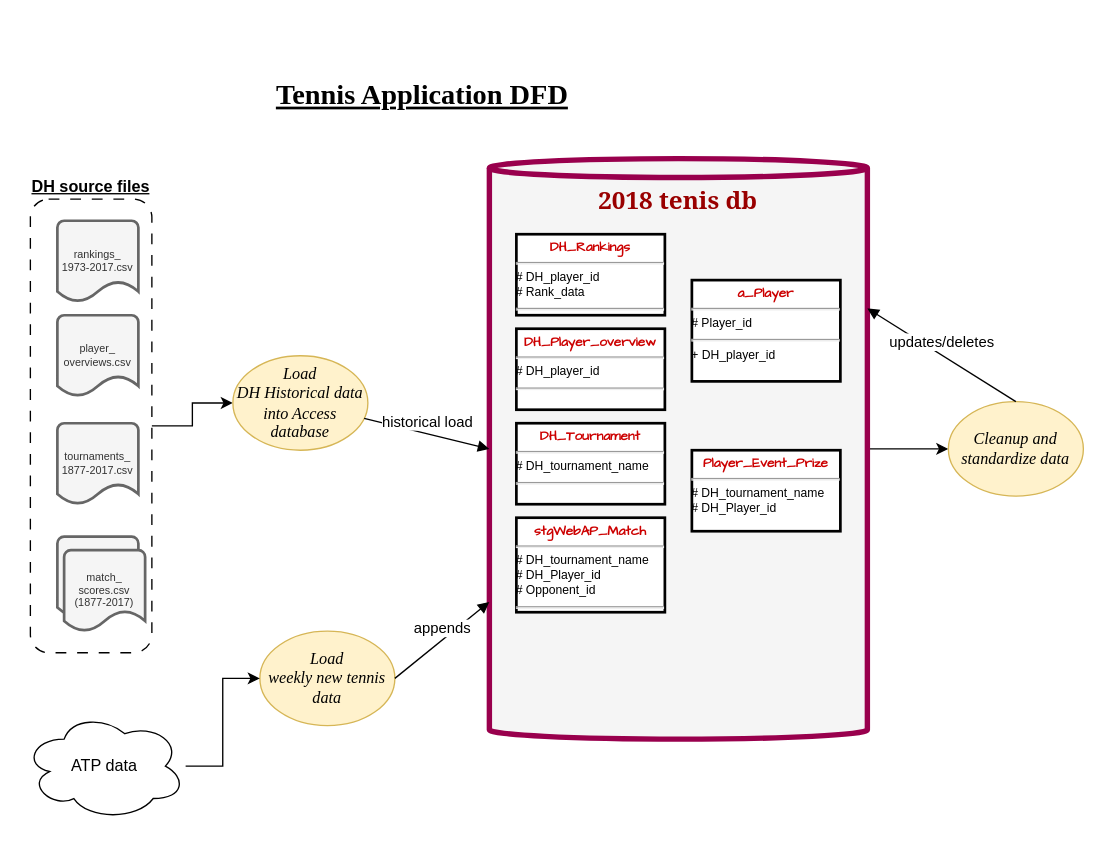
Earlier version of the draw.io diagram page "Page-1" (1 of 2) of Tenis_DFD.drawio (zec-a/zec_tenis). Source tidied: cells renumbered, new cells numbered last; positions are measured from the earlier drawing's top-left corner, leaving out a move shared by most shapes. Both pictures are drawn from the tidied source at 135%, with x=0, y=0 at pixel (23, 68).
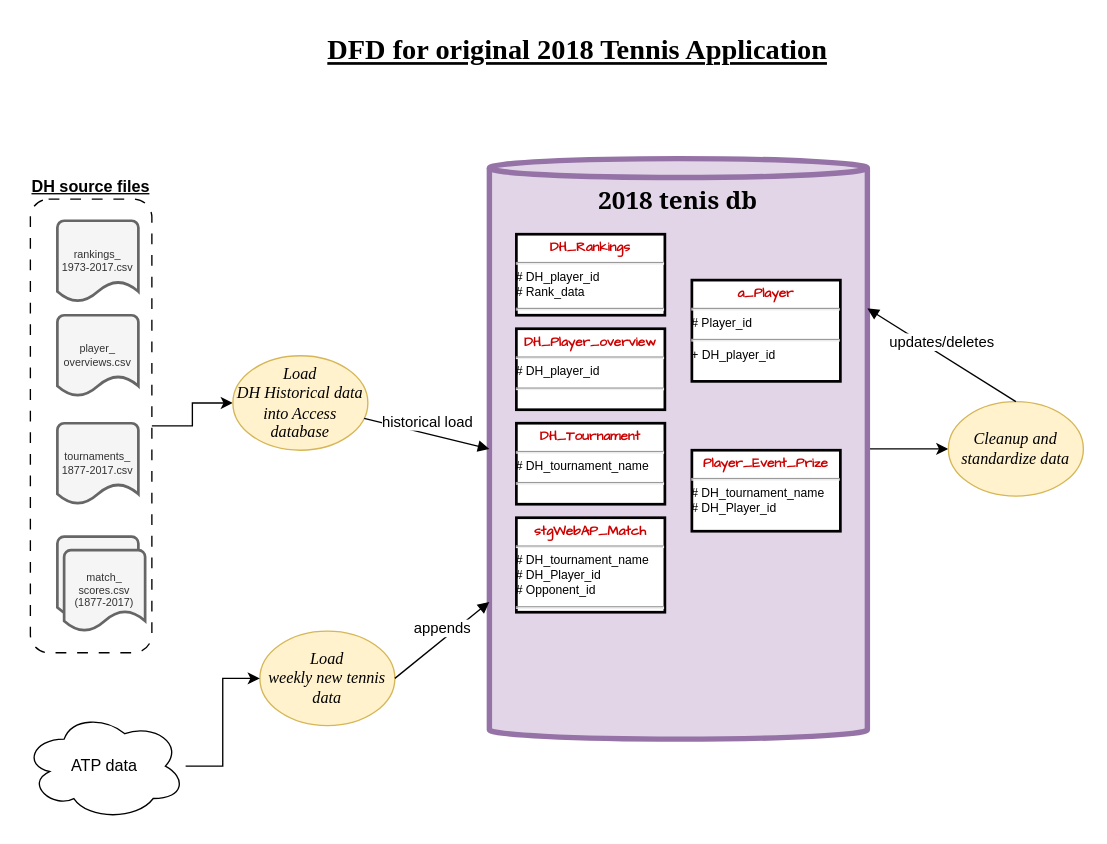
The same page after the edit.

What changed in the source:
```diff
@@
-    <mxCell id="5" value="2018 tenis db" style="shape=cylinder3;whiteSpace=wrap;html=1;boundedLbl=1;backgroundOutline=1;size=7;verticalAlign=top;fontStyle=1;fontSize=18;fontColor=#990000;fillColor=#f5f5f5;strokeColor=#99004D;fontFamily=Georgia;strokeWidth=4;" parent="1" vertex="1">
+    <mxCell id="5" value="2018 tenis db" style="shape=cylinder3;whiteSpace=wrap;html=1;boundedLbl=1;backgroundOutline=1;size=7;verticalAlign=top;fontStyle=1;fontSize=18;fillColor=#e1d5e7;strokeColor=#9673a6;fontFamily=Georgia;strokeWidth=4;" parent="1" vertex="1">
       <mxGeometry x="345" y="67" width="280" height="430" as="geometry" />
     </mxCell>
@@
-    <mxCell id="25" value="Tennis Application DFD" style="text;html=1;align=center;verticalAlign=middle;strokeColor=none;fillColor=none;fontSize=21;fontStyle=5;fontFamily=Times New Roman;" parent="1" vertex="1">
-      <mxGeometry x="175" width="240" height="40" as="geometry" />
+    <mxCell id="25" value="DFD for original 2018 Tennis Application" style="text;html=1;align=center;verticalAlign=middle;strokeColor=none;fillColor=none;fontSize=21;fontStyle=5;fontFamily=Times New Roman;" parent="1" vertex="1">
+      <mxGeometry x="215" y="-33" width="390" height="40" as="geometry" />
     </mxCell>
```
